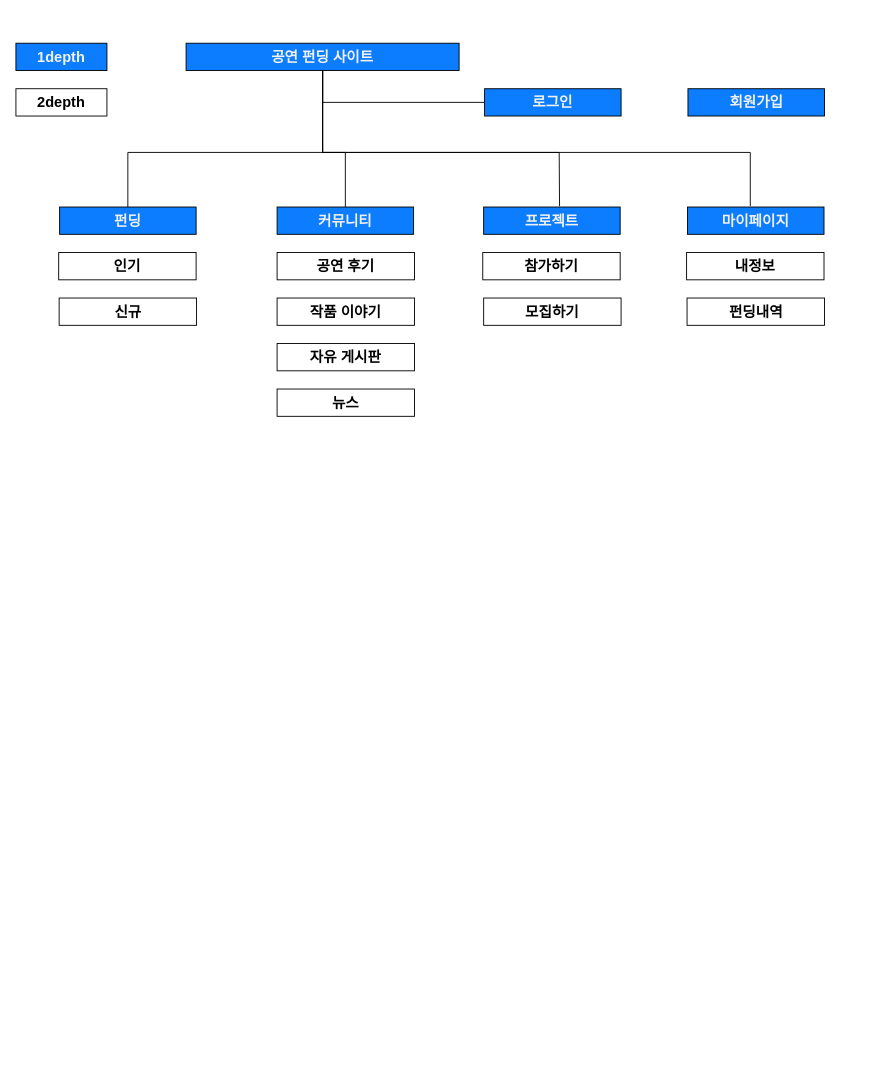
Jaewoong-Hwang/PROJECT_UI keeps this draw.io diagram as page "메뉴구조" (4 of 8) of 정처산기A-1조 화면기획.drawio. Above is the earlier version. Source tidied: cells renumbered, new cells numbered last; positions are measured from the earlier drawing's top-left corner, leaving out a move shared by most shapes. Both pictures are drawn from the tidied source at 91%, with x=0, y=0 at pixel (15, 43).
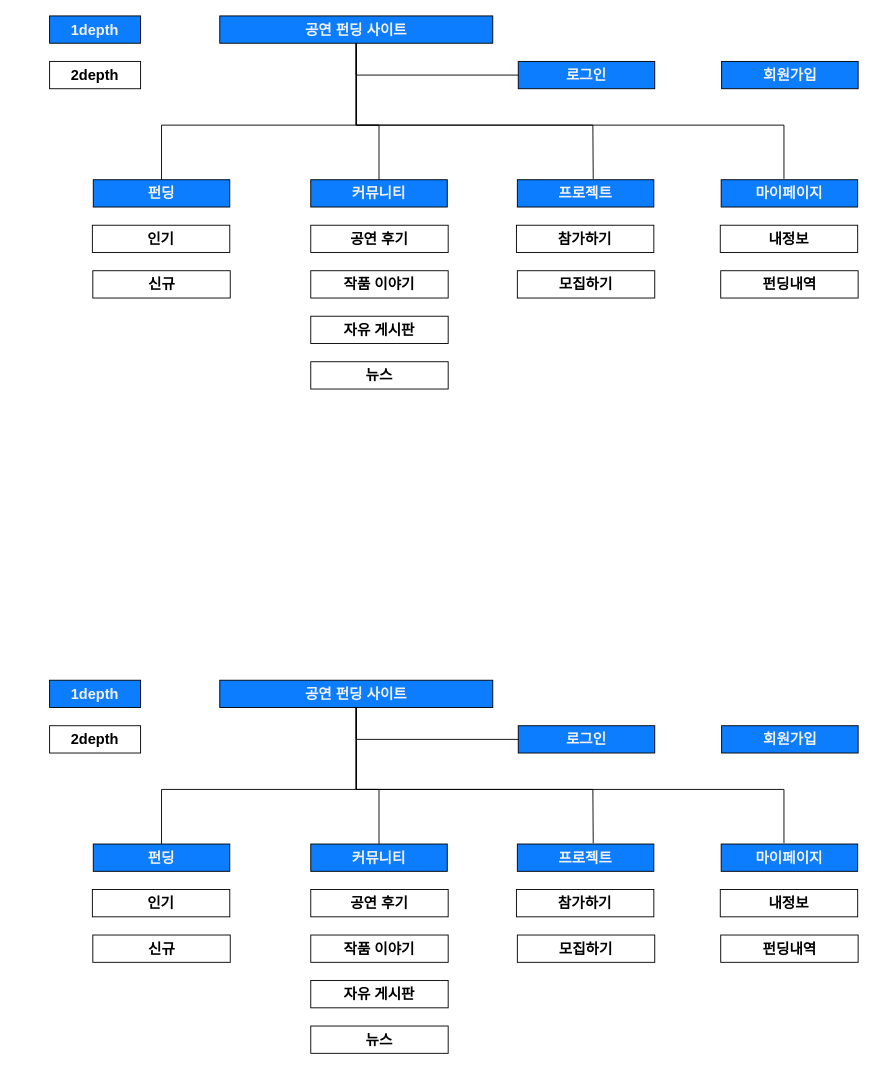
After the change.

What changed in the source:
```diff
@@
-    <mxCell id="2" style="group;" parent="1" vertex="1">
-      <mxGeometry width="888.5" height="410" as="geometry" />
-    </mxCell>
-    <mxCell id="3" value="1depth" style="rounded=0;whiteSpace=wrap;html=1;fillColor=#0C7DFF;fontColor=#f1f1f1;fontSize=16;fontStyle=1;" parent="2" vertex="1">
-      <mxGeometry width="100" height="30" as="geometry" />
+    <mxCell id="3" value="1depth" style="rounded=0;whiteSpace=wrap;html=1;fillColor=#0C7DFF;fontColor=#f1f1f1;fontSize=16;fontStyle=1;" parent="1" vertex="1">
+      <mxGeometry x="37" y="-30" width="100" height="30" as="geometry" />
     </mxCell>
-    <mxCell id="4" value="2depth" style="rounded=0;whiteSpace=wrap;html=1;fillColor=#FFFFFF;fontColor=#000000;fontSize=16;fontStyle=1;" parent="2" vertex="1">
-      <mxGeometry y="50" width="100" height="30" as="geometry" />
+    <mxCell id="4" value="2depth" style="rounded=0;whiteSpace=wrap;html=1;fillColor=#FFFFFF;fontColor=#000000;fontSize=16;fontStyle=1;" parent="1" vertex="1">
+      <mxGeometry x="37" y="20" width="100" height="30" as="geometry" />
     </mxCell>
-    <mxCell id="5" value="공연 펀딩 사이트" style="rounded=0;whiteSpace=wrap;html=1;fillColor=#0C7DFF;fontColor=#f1f1f1;fontSize=16;fontStyle=1;" parent="2" vertex="1">
-      <mxGeometry x="187" width="300" height="30" as="geometry" />
+    <mxCell id="5" value="공연 펀딩 사이트" style="rounded=0;whiteSpace=wrap;html=1;fillColor=#0C7DFF;fontColor=#f1f1f1;fontSize=16;fontStyle=1;" parent="1" vertex="1">
+      <mxGeometry x="224" y="-30" width="300" height="30" as="geometry" />
     </mxCell>
-    <mxCell id="6" value="프로젝트" style="rounded=0;whiteSpace=wrap;html=1;fillColor=#0C7DFF;fontColor=#f1f1f1;fontSize=16;fontStyle=1;" parent="2" vertex="1">
-      <mxGeometry x="514" y="180" width="150" height="30" as="geometry" />
+    <mxCell id="6" value="프로젝트" style="rounded=0;whiteSpace=wrap;html=1;fillColor=#0C7DFF;fontColor=#f1f1f1;fontSize=16;fontStyle=1;" parent="1" vertex="1">
+      <mxGeometry x="551" y="150" width="150" height="30" as="geometry" />
     </mxCell>
-    <mxCell id="7" value="펀딩" style="rounded=0;whiteSpace=wrap;html=1;fillColor=#0C7DFF;fontColor=#f1f1f1;fontSize=16;fontStyle=1;" parent="2" vertex="1">
-      <mxGeometry x="48" y="180" width="150" height="30" as="geometry" />
+    <mxCell id="7" value="펀딩" style="rounded=0;whiteSpace=wrap;html=1;fillColor=#0C7DFF;fontColor=#f1f1f1;fontSize=16;fontStyle=1;" parent="1" vertex="1">
+      <mxGeometry x="85" y="150" width="150" height="30" as="geometry" />
     </mxCell>
-    <mxCell id="8" value="커뮤니티" style="rounded=0;whiteSpace=wrap;html=1;fillColor=#0C7DFF;fontColor=#f1f1f1;fontSize=16;fontStyle=1;" parent="2" vertex="1">
-      <mxGeometry x="287" y="180" width="150" height="30" as="geometry" />
+    <mxCell id="8" value="커뮤니티" style="rounded=0;whiteSpace=wrap;html=1;fillColor=#0C7DFF;fontColor=#f1f1f1;fontSize=16;fontStyle=1;" parent="1" vertex="1">
+      <mxGeometry x="324" y="150" width="150" height="30" as="geometry" />
     </mxCell>
-    <mxCell id="9" value="로그인" style="rounded=0;whiteSpace=wrap;html=1;fillColor=#0C7DFF;fontColor=#f1f1f1;fontSize=16;fontStyle=1;" parent="2" vertex="1">
-      <mxGeometry x="515" y="50" width="150" height="30" as="geometry" />
+    <mxCell id="9" value="로그인" style="rounded=0;whiteSpace=wrap;html=1;fillColor=#0C7DFF;fontColor=#f1f1f1;fontSize=16;fontStyle=1;" parent="1" vertex="1">
+      <mxGeometry x="552" y="20" width="150" height="30" as="geometry" />
     </mxCell>
-    <mxCell id="10" value="회원가입" style="rounded=0;whiteSpace=wrap;html=1;fillColor=#0C7DFF;fontColor=#f1f1f1;fontSize=16;fontStyle=1;" parent="2" vertex="1">
-      <mxGeometry x="738.5" y="50" width="150" height="30" as="geometry" />
+    <mxCell id="10" value="회원가입" style="rounded=0;whiteSpace=wrap;html=1;fillColor=#0C7DFF;fontColor=#f1f1f1;fontSize=16;fontStyle=1;" parent="1" vertex="1">
+      <mxGeometry x="775.5" y="20" width="150" height="30" as="geometry" />
     </mxCell>
-    <mxCell id="11" value="참가하기" style="rounded=0;whiteSpace=wrap;html=1;fillColor=#FFFFFF;fontColor=#000000;fontSize=16;fontStyle=1;" parent="2" vertex="1">
-      <mxGeometry x="513" y="230" width="151" height="30" as="geometry" />
+    <mxCell id="11" value="참가하기" style="rounded=0;whiteSpace=wrap;html=1;fillColor=#FFFFFF;fontColor=#000000;fontSize=16;fontStyle=1;" parent="1" vertex="1">
+      <mxGeometry x="550" y="200" width="151" height="30" as="geometry" />
     </mxCell>
-    <mxCell id="12" value="모집하기" style="rounded=0;whiteSpace=wrap;html=1;fillColor=#FFFFFF;fontColor=#000000;fontSize=16;fontStyle=1;" parent="2" vertex="1">
-      <mxGeometry x="514" y="280" width="151" height="30" as="geometry" />
+    <mxCell id="12" value="모집하기" style="rounded=0;whiteSpace=wrap;html=1;fillColor=#FFFFFF;fontColor=#000000;fontSize=16;fontStyle=1;" parent="1" vertex="1">
+      <mxGeometry x="551" y="250" width="151" height="30" as="geometry" />
     </mxCell>
-    <mxCell id="13" value="인기" style="rounded=0;whiteSpace=wrap;html=1;fillColor=#FFFFFF;fontColor=#000000;fontSize=16;fontStyle=1;" parent="2" vertex="1">
-      <mxGeometry x="47" y="230" width="151" height="30" as="geometry" />
+    <mxCell id="13" value="인기" style="rounded=0;whiteSpace=wrap;html=1;fillColor=#FFFFFF;fontColor=#000000;fontSize=16;fontStyle=1;" parent="1" vertex="1">
+      <mxGeometry x="84" y="200" width="151" height="30" as="geometry" />
     </mxCell>
-    <mxCell id="14" value="공연 후기" style="rounded=0;whiteSpace=wrap;html=1;fillColor=#FFFFFF;fontColor=#000000;fontSize=16;fontStyle=1;" parent="2" vertex="1">
-      <mxGeometry x="287" y="230" width="151" height="30" as="geometry" />
+    <mxCell id="14" value="공연 후기" style="rounded=0;whiteSpace=wrap;html=1;fillColor=#FFFFFF;fontColor=#000000;fontSize=16;fontStyle=1;" parent="1" vertex="1">
+      <mxGeometry x="324" y="200" width="151" height="30" as="geometry" />
     </mxCell>
-    <mxCell id="15" value="작품 이야기" style="rounded=0;whiteSpace=wrap;html=1;fillColor=#FFFFFF;fontColor=#000000;fontSize=16;fontStyle=1;" parent="2" vertex="1">
-      <mxGeometry x="287" y="280" width="151" height="30" as="geometry" />
+    <mxCell id="15" value="작품 이야기" style="rounded=0;whiteSpace=wrap;html=1;fillColor=#FFFFFF;fontColor=#000000;fontSize=16;fontStyle=1;" parent="1" vertex="1">
+      <mxGeometry x="324" y="250" width="151" height="30" as="geometry" />
     </mxCell>
-    <mxCell id="16" value="자유 게시판" style="rounded=0;whiteSpace=wrap;html=1;fillColor=#FFFFFF;fontColor=#000000;fontSize=16;fontStyle=1;" parent="2" vertex="1">
-      <mxGeometry x="287" y="330" width="151" height="30" as="geometry" />
+    <mxCell id="16" value="자유 게시판" style="rounded=0;whiteSpace=wrap;html=1;fillColor=#FFFFFF;fontColor=#000000;fontSize=16;fontStyle=1;" parent="1" vertex="1">
+      <mxGeometry x="324" y="300" width="151" height="30" as="geometry" />
     </mxCell>
-    <mxCell id="17" value="뉴스" style="rounded=0;whiteSpace=wrap;html=1;fillColor=#FFFFFF;fontColor=#000000;fontSize=16;fontStyle=1;" parent="2" vertex="1">
-      <mxGeometry x="287" y="380" width="151" height="30" as="geometry" />
+    <mxCell id="17" value="뉴스" style="rounded=0;whiteSpace=wrap;html=1;fillColor=#FFFFFF;fontColor=#000000;fontSize=16;fontStyle=1;" parent="1" vertex="1">
+      <mxGeometry x="324" y="350" width="151" height="30" as="geometry" />
     </mxCell>
-    <mxCell id="18" value="신규" style="rounded=0;whiteSpace=wrap;html=1;fillColor=#FFFFFF;fontColor=#000000;fontSize=16;fontStyle=1;" parent="2" vertex="1">
-      <mxGeometry x="47.5" y="280" width="151" height="30" as="geometry" />
+    <mxCell id="18" value="신규" style="rounded=0;whiteSpace=wrap;html=1;fillColor=#FFFFFF;fontColor=#000000;fontSize=16;fontStyle=1;" parent="1" vertex="1">
+      <mxGeometry x="84.5" y="250" width="151" height="30" as="geometry" />
     </mxCell>
-    <mxCell id="19" value="마이페이지" style="rounded=0;whiteSpace=wrap;html=1;fillColor=#0C7DFF;fontColor=#f1f1f1;fontSize=16;fontStyle=1;" parent="2" vertex="1">
-      <mxGeometry x="738" y="180" width="150" height="30" as="geometry" />
+    <mxCell id="19" value="마이페이지" style="rounded=0;whiteSpace=wrap;html=1;fillColor=#0C7DFF;fontColor=#f1f1f1;fontSize=16;fontStyle=1;" parent="1" vertex="1">
+      <mxGeometry x="775" y="150" width="150" height="30" as="geometry" />
     </mxCell>
-    <mxCell id="20" value="내정보" style="rounded=0;whiteSpace=wrap;html=1;fillColor=#FFFFFF;fontColor=#000000;fontSize=16;fontStyle=1;" parent="2" vertex="1">
-      <mxGeometry x="737" y="230" width="151" height="30" as="geometry" />
+    <mxCell id="20" value="내정보" style="rounded=0;whiteSpace=wrap;html=1;fillColor=#FFFFFF;fontColor=#000000;fontSize=16;fontStyle=1;" parent="1" vertex="1">
+      <mxGeometry x="774" y="200" width="151" height="30" as="geometry" />
     </mxCell>
-    <mxCell id="21" value="펀딩내역" style="rounded=0;whiteSpace=wrap;html=1;fillColor=#FFFFFF;fontColor=#000000;fontSize=16;fontStyle=1;" parent="2" vertex="1">
-      <mxGeometry x="737.5" y="280" width="151" height="30" as="geometry" />
+    <mxCell id="21" value="펀딩내역" style="rounded=0;whiteSpace=wrap;html=1;fillColor=#FFFFFF;fontColor=#000000;fontSize=16;fontStyle=1;" parent="1" vertex="1">
+      <mxGeometry x="774.5" y="250" width="151" height="30" as="geometry" />
     </mxCell>
-    <mxCell id="22" style="endArrow=none;html=1;rounded=0;entryX=0.5;entryY=1;entryDx=0;entryDy=0;exitX=0.5;exitY=0;exitDx=0;exitDy=0;" parent="2" edge="1" source="7" target="5">
+    <mxCell id="22" style="endArrow=none;html=1;rounded=0;entryX=0.5;entryY=1;entryDx=0;entryDy=0;exitX=0.5;exitY=0;exitDx=0;exitDy=0;" parent="1" edge="1" source="7" target="5">
       <mxGeometry relative="1" as="geometry">
         <Array as="points">
-          <mxPoint x="123" y="120" />
-          <mxPoint x="337" y="120" />
+          <mxPoint x="160" y="90" />
+          <mxPoint x="374" y="90" />
         </Array>
       </mxGeometry>
     </mxCell>
-    <mxCell id="23" style="endArrow=none;html=1;rounded=0;entryX=0.5;entryY=1;entryDx=0;entryDy=0;exitX=0.5;exitY=0;exitDx=0;exitDy=0;" parent="2" edge="1" source="8" target="5">
+    <mxCell id="23" style="endArrow=none;html=1;rounded=0;entryX=0.5;entryY=1;entryDx=0;entryDy=0;exitX=0.5;exitY=0;exitDx=0;exitDy=0;" parent="1" edge="1" source="8" target="5">
       <mxGeometry relative="1" as="geometry">
         <Array as="points">
-          <mxPoint x="362" y="120" />
-          <mxPoint x="337" y="120" />
-          <mxPoint x="337" y="80" />
+          <mxPoint x="399" y="90" />
+          <mxPoint x="374" y="90" />
+          <mxPoint x="374" y="50" />
         </Array>
       </mxGeometry>
     </mxCell>
-    <mxCell id="24" style="endArrow=none;html=1;rounded=0;entryX=0.5;entryY=1;entryDx=0;entryDy=0;exitX=0.556;exitY=-0.028;exitDx=0;exitDy=0;exitPerimeter=0;" parent="2" edge="1" source="6" target="5">
+    <mxCell id="24" style="endArrow=none;html=1;rounded=0;entryX=0.5;entryY=1;entryDx=0;entryDy=0;exitX=0.556;exitY=-0.028;exitDx=0;exitDy=0;exitPerimeter=0;" parent="1" edge="1" source="6" target="5">
       <mxGeometry relative="1" as="geometry">
         <Array as="points">
-          <mxPoint x="597" y="120" />
-          <mxPoint x="337" y="120" />
+          <mxPoint x="634" y="90" />
+          <mxPoint x="374" y="90" />
         </Array>
       </mxGeometry>
     </mxCell>
-    <mxCell id="25" style="endArrow=none;html=1;rounded=0;entryX=0.5;entryY=1;entryDx=0;entryDy=0;" parent="2" edge="1" target="5">
+    <mxCell id="25" style="endArrow=none;html=1;rounded=0;entryX=0.5;entryY=1;entryDx=0;entryDy=0;" parent="1" edge="1" target="5">
       <mxGeometry relative="1" as="geometry">
-        <mxPoint x="807" y="179" as="sourcePoint" />
+        <mxPoint x="844" y="149" as="sourcePoint" />
         <Array as="points">
-          <mxPoint x="807" y="120" />
-          <mxPoint x="337" y="120" />
+          <mxPoint x="844" y="90" />
+          <mxPoint x="374" y="90" />
         </Array>
       </mxGeometry>
     </mxCell>
-    <mxCell id="26" style="endArrow=none;html=1;rounded=0;exitX=0.5;exitY=1;exitDx=0;exitDy=0;entryX=0;entryY=0.5;entryDx=0;entryDy=0;" parent="2" edge="1" source="5" target="9">
+    <mxCell id="26" style="endArrow=none;html=1;rounded=0;exitX=0.5;exitY=1;exitDx=0;exitDy=0;entryX=0;entryY=0.5;entryDx=0;entryDy=0;" parent="1" edge="1" source="5" target="9">
       <mxGeometry relative="1" as="geometry">
         <Array as="points">
-          <mxPoint x="337" y="65" />
+          <mxPoint x="374" y="35" />
         </Array>
       </mxGeometry>
     </mxCell>
+    <mxCell id="27" style="group;" parent="1" vertex="1">
+      <mxGeometry x="37" y="700" width="888.5" height="410" as="geometry" />
+    </mxCell>
+    <mxCell id="28" value="1depth" style="rounded=0;whiteSpace=wrap;html=1;fillColor=#0C7DFF;fontColor=#f1f1f1;fontSize=16;fontStyle=1;" parent="27" vertex="1">
+      <mxGeometry width="100" height="30" as="geometry" />
+    </mxCell>
+    <mxCell id="29" value="2depth" style="rounded=0;whiteSpace=wrap;html=1;fillColor=#FFFFFF;fontColor=#000000;fontSize=16;fontStyle=1;" parent="27" vertex="1">
+      <mxGeometry y="50" width="100" height="30" as="geometry" />
+    </mxCell>
+    <mxCell id="30" value="공연 펀딩 사이트" style="rounded=0;whiteSpace=wrap;html=1;fillColor=#0C7DFF;fontColor=#f1f1f1;fontSize=16;fontStyle=1;" parent="27" vertex="1">
+      <mxGeometry x="187" width="300" height="30" as="geometry" />
+    </mxCell>
+    <mxCell id="31" value="프로젝트" style="rounded=0;whiteSpace=wrap;html=1;fillColor=#0C7DFF;fontColor=#f1f1f1;fontSize=16;fontStyle=1;" parent="27" vertex="1">
+      <mxGeometry x="514" y="180" width="150" height="30" as="geometry" />
+    </mxCell>
+    <mxCell id="32" value="펀딩" style="rounded=0;whiteSpace=wrap;html=1;fillColor=#0C7DFF;fontColor=#f1f1f1;fontSize=16;fontStyle=1;" parent="27" vertex="1">
+      <mxGeometry x="48" y="180" width="150" height="30" as="geometry" />
+    </mxCell>
+    <mxCell id="33" value="커뮤니티" style="rounded=0;whiteSpace=wrap;html=1;fillColor=#0C7DFF;fontColor=#f1f1f1;fontSize=16;fontStyle=1;" parent="27" vertex="1">
+      <mxGeometry x="287" y="180" width="150" height="30" as="geometry" />
+    </mxCell>
+    <mxCell id="34" value="로그인" style="rounded=0;whiteSpace=wrap;html=1;fillColor=#0C7DFF;fontColor=#f1f1f1;fontSize=16;fontStyle=1;" parent="27" vertex="1">
+      <mxGeometry x="515" y="50" width="150" height="30" as="geometry" />
+    </mxCell>
+    <mxCell id="35" value="회원가입" style="rounded=0;whiteSpace=wrap;html=1;fillColor=#0C7DFF;fontColor=#f1f1f1;fontSize=16;fontStyle=1;" parent="27" vertex="1">
+      <mxGeometry x="738.5" y="50" width="150" height="30" as="geometry" />
+    </mxCell>
+    <mxCell id="36" value="참가하기" style="rounded=0;whiteSpace=wrap;html=1;fillColor=#FFFFFF;fontColor=#000000;fontSize=16;fontStyle=1;" parent="27" vertex="1">
+      <mxGeometry x="513" y="230" width="151" height="30" as="geometry" />
+    </mxCell>
+    <mxCell id="37" value="모집하기" style="rounded=0;whiteSpace=wrap;html=1;fillColor=#FFFFFF;fontColor=#000000;fontSize=16;fontStyle=1;" parent="27" vertex="1">
+      <mxGeometry x="514" y="280" width="151" height="30" as="geometry" />
+    </mxCell>
+    <mxCell id="38" value="인기" style="rounded=0;whiteSpace=wrap;html=1;fillColor=#FFFFFF;fontColor=#000000;fontSize=16;fontStyle=1;" parent="27" vertex="1">
+      <mxGeometry x="47" y="230" width="151" height="30" as="geometry" />
+    </mxCell>
+    <mxCell id="39" value="공연 후기" style="rounded=0;whiteSpace=wrap;html=1;fillColor=#FFFFFF;fontColor=#000000;fontSize=16;fontStyle=1;" parent="27" vertex="1">
+      <mxGeometry x="287" y="230" width="151" height="30" as="geometry" />
+    </mxCell>
+    <mxCell id="40" value="작품 이야기" style="rounded=0;whiteSpace=wrap;html=1;fillColor=#FFFFFF;fontColor=#000000;fontSize=16;fontStyle=1;" parent="27" vertex="1">
+      <mxGeometry x="287" y="280" width="151" height="30" as="geometry" />
+    </mxCell>
+    <mxCell id="41" value="자유 게시판" style="rounded=0;whiteSpace=wrap;html=1;fillColor=#FFFFFF;fontColor=#000000;fontSize=16;fontStyle=1;" parent="27" vertex="1">
+      <mxGeometry x="287" y="330" width="151" height="30" as="geometry" />
+    </mxCell>
+    <mxCell id="42" value="뉴스" style="rounded=0;whiteSpace=wrap;html=1;fillColor=#FFFFFF;fontColor=#000000;fontSize=16;fontStyle=1;" parent="27" vertex="1">
+      <mxGeometry x="287" y="380" width="151" height="30" as="geometry" />
+    </mxCell>
+    <mxCell id="43" value="신규" style="rounded=0;whiteSpace=wrap;html=1;fillColor=#FFFFFF;fontColor=#000000;fontSize=16;fontStyle=1;" parent="27" vertex="1">
+      <mxGeometry x="47.5" y="280" width="151" height="30" as="geometry" />
+    </mxCell>
+    <mxCell id="44" value="마이페이지" style="rounded=0;whiteSpace=wrap;html=1;fillColor=#0C7DFF;fontColor=#f1f1f1;fontSize=16;fontStyle=1;" parent="27" vertex="1">
+      <mxGeometry x="738" y="180" width="150" height="30" as="geometry" />
+    </mxCell>
+    <mxCell id="45" value="내정보" style="rounded=0;whiteSpace=wrap;html=1;fillColor=#FFFFFF;fontColor=#000000;fontSize=16;fontStyle=1;" parent="27" vertex="1">
+      <mxGeometry x="737" y="230" width="151" height="30" as="geometry" />
+    </mxCell>
+    <mxCell id="46" value="펀딩내역" style="rounded=0;whiteSpace=wrap;html=1;fillColor=#FFFFFF;fontColor=#000000;fontSize=16;fontStyle=1;" parent="27" vertex="1">
+      <mxGeometry x="737.5" y="280" width="151" height="30" as="geometry" />
+    </mxCell>
+    <mxCell id="47" style="endArrow=none;html=1;rounded=0;entryX=0.5;entryY=1;entryDx=0;entryDy=0;exitX=0.5;exitY=0;exitDx=0;exitDy=0;" parent="27" edge="1" source="32" target="30">
+      <mxGeometry relative="1" as="geometry">
+        <Array as="points">
+          <mxPoint x="123" y="120" />
+          <mxPoint x="337" y="120" />
+        </Array>
+      </mxGeometry>
+    </mxCell>
+    <mxCell id="48" style="endArrow=none;html=1;rounded=0;entryX=0.5;entryY=1;entryDx=0;entryDy=0;exitX=0.5;exitY=0;exitDx=0;exitDy=0;" parent="27" edge="1" source="33" target="30">
+      <mxGeometry relative="1" as="geometry">
+        <Array as="points">
+          <mxPoint x="362" y="120" />
+          <mxPoint x="337" y="120" />
+          <mxPoint x="337" y="80" />
+        </Array>
+      </mxGeometry>
+    </mxCell>
+    <mxCell id="49" style="endArrow=none;html=1;rounded=0;entryX=0.5;entryY=1;entryDx=0;entryDy=0;exitX=0.556;exitY=-0.028;exitDx=0;exitDy=0;exitPerimeter=0;" parent="27" edge="1" source="31" target="30">
+      <mxGeometry relative="1" as="geometry">
+        <Array as="points">
+          <mxPoint x="597" y="120" />
+          <mxPoint x="337" y="120" />
+        </Array>
+      </mxGeometry>
+    </mxCell>
+    <mxCell id="50" style="endArrow=none;html=1;rounded=0;entryX=0.5;entryY=1;entryDx=0;entryDy=0;" parent="27" edge="1" target="30">
+      <mxGeometry relative="1" as="geometry">
+        <mxPoint x="807" y="179" as="sourcePoint" />
+        <Array as="points">
+          <mxPoint x="807" y="120" />
+          <mxPoint x="337" y="120" />
+        </Array>
+      </mxGeometry>
+    </mxCell>
+    <mxCell id="51" style="endArrow=none;html=1;rounded=0;exitX=0.5;exitY=1;exitDx=0;exitDy=0;entryX=0;entryY=0.5;entryDx=0;entryDy=0;" parent="27" edge="1" source="30" target="34">
+      <mxGeometry relative="1" as="geometry">
+        <Array as="points">
+          <mxPoint x="337" y="65" />
+        </Array>
+      </mxGeometry>
+    </mxCell>
```
